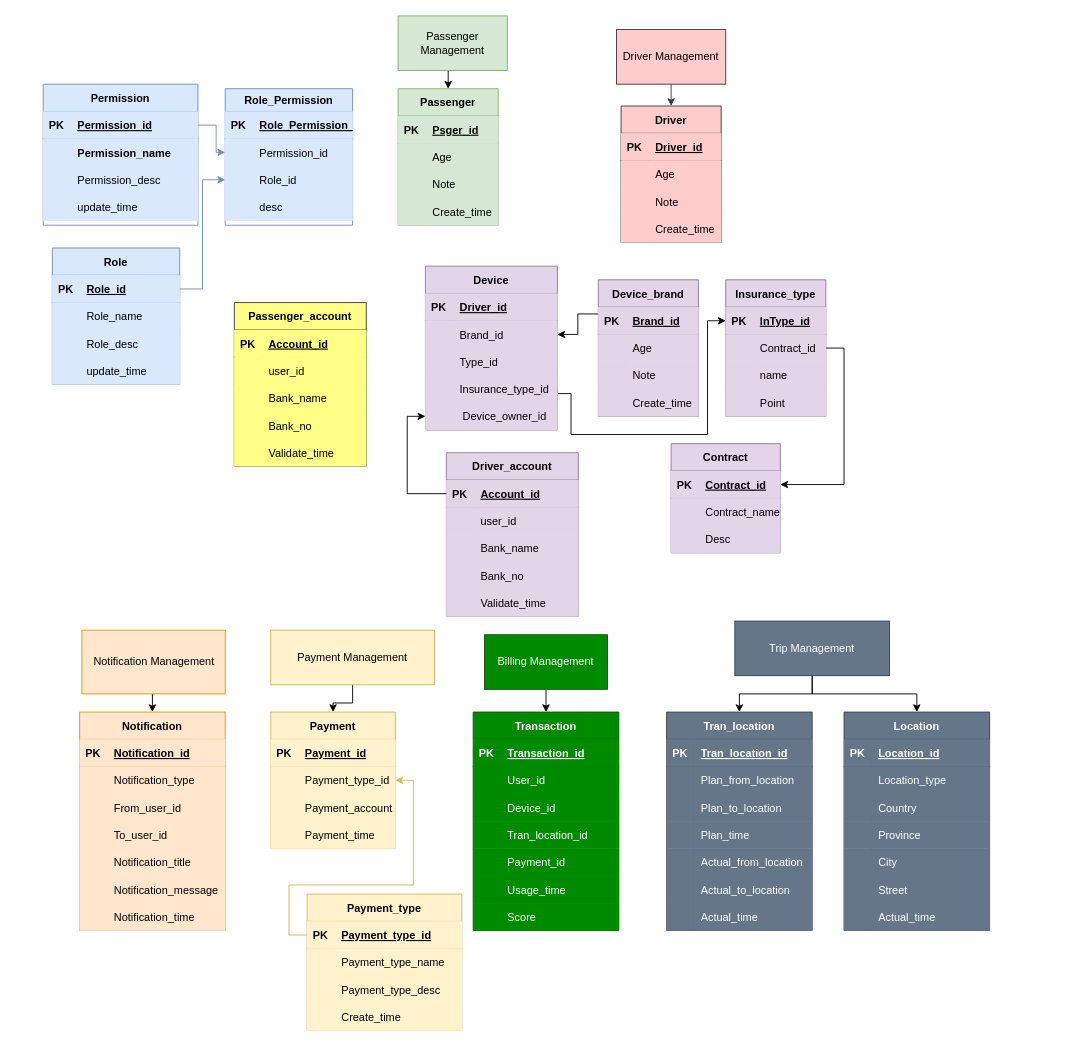
Above: DD_DB Arch view.drawio in JackZhao2517/drawio_folder (draw.io), before the change. Source tidied: cells renumbered, new cells numbered last; positions are measured from the earlier drawing's top-left corner, leaving out a move shared by most shapes. Both pictures are drawn from the tidied source at 91%, with x=0, y=0 at pixel (43, 15).
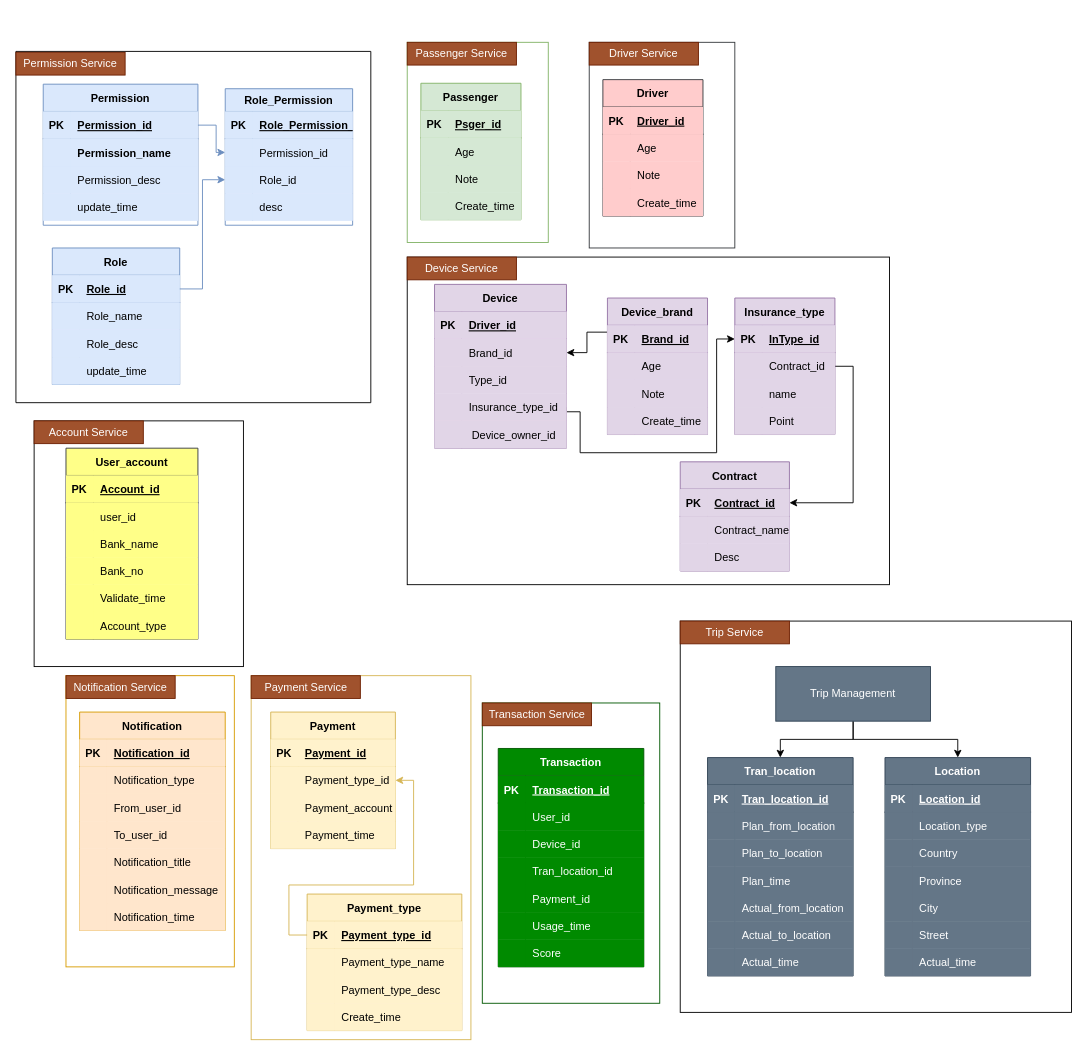
After the change.

Unchanged cells that the change refers to:
```xml
<mxCell id="87" style="shape=partialRectangle;fillColor=#e1d5e7;top=0;left=0;bottom=0;right=0;points=[[0,0.5],[1,0.5]];portConstraint=eastwest;strokeColor=#9673a6;" parent="74" vertex="1">
  <mxGeometry y="150" width="145" height="30" as="geometry" />
</mxCell>
<mxCell id="106" style="shape=partialRectangle;fillColor=#e1d5e7;top=0;left=0;bottom=1;right=0;points=[[0,0.5],[1,0.5]];portConstraint=eastwest;strokeColor=#9673a6;" parent="105" vertex="1">
  <mxGeometry y="30" width="110" height="30" as="geometry" />
</mxCell>
<mxCell id="154" value="Payment" style="shape=table;startSize=30;childLayout=tableLayout;rowLines=0;fontStyle=1;align=center;fillColor=#fff2cc;strokeColor=#d6b656;" parent="1" vertex="1">
  <mxGeometry x="250" y="765" width="137" height="150" as="geometry" />
</mxCell>
<mxCell id="181" value="Notification" style="shape=table;startSize=30;childLayout=tableLayout;rowLines=0;fontStyle=1;align=center;fillColor=#ffe6cc;strokeColor=#d79b00;" parent="1" vertex="1">
  <mxGeometry x="40" y="765" width="160" height="240" as="geometry" />
</mxCell>
```

The edit, as a diff of the source:
```diff
@@
     <mxCell id="43" value="Passenger" style="shape=table;startSize=30;childLayout=tableLayout;rowLines=0;fontStyle=1;align=center;fillColor=#d5e8d4;strokeColor=#82b366;" parent="1" vertex="1">
-      <mxGeometry x="390" y="80" width="110" height="150" as="geometry" />
+      <mxGeometry x="415" y="74" width="110" height="150" as="geometry" />
     </mxCell>
@@
     <mxCell id="56" value="Driver" style="shape=table;startSize=30;childLayout=tableLayout;rowLines=0;fontStyle=1;align=center;fillColor=#ffcccc;strokeColor=#36393d;" parent="1" vertex="1">
-      <mxGeometry x="635" y="99" width="110" height="150" as="geometry" />
+      <mxGeometry x="615" y="70" width="110" height="150" as="geometry" />
     </mxCell>
@@
-    <mxCell id="69" style="edgeStyle=orthogonalEdgeStyle;rounded=0;jettySize=auto;html=1;exitX=0.5;exitY=1;exitDx=0;exitDy=0;entryX=0.5;entryY=0;entryDx=0;entryDy=0;" parent="1" edge="1" source="70" target="43">
-      <mxGeometry relative="1" as="geometry" />
-    </mxCell>
-    <mxCell id="70" value="Passenger Management" style="rounded=0;whiteSpace=wrap;html=1;fillColor=#d5e8d4;strokeColor=#82b366;" parent="1" vertex="1">
-      <mxGeometry x="390" width="120" height="60" as="geometry" />
+    <mxCell id="70" style="rounded=0;whiteSpace=wrap;html=1;strokeColor=#82b366;fillColor=none;" parent="1" vertex="1">
+      <mxGeometry x="400" y="29" width="155" height="220" as="geometry" />
     </mxCell>
-    <mxCell id="71" style="edgeStyle=orthogonalEdgeStyle;rounded=0;jettySize=auto;html=1;exitX=0.5;exitY=1;exitDx=0;exitDy=0;entryX=0.5;entryY=0;entryDx=0;entryDy=0;fillColor=#ffcccc;strokeColor=#36393d;" parent="1" edge="1" source="72" target="56">
-      <mxGeometry relative="1" as="geometry" />
-    </mxCell>
-    <mxCell id="72" value="Driver Management" style="rounded=0;whiteSpace=wrap;html=1;fillColor=#ffcccc;strokeColor=#36393d;" parent="1" vertex="1">
-      <mxGeometry x="630" y="15" width="120" height="60" as="geometry" />
+    <mxCell id="72" style="rounded=0;whiteSpace=wrap;html=1;strokeColor=#36393d;fillColor=none;" parent="1" vertex="1">
+      <mxGeometry x="600" y="29" width="160" height="226" as="geometry" />
     </mxCell>
     <mxCell id="73" style="edgeStyle=orthogonalEdgeStyle;rounded=0;jettySize=auto;html=1;exitX=1;exitY=0.75;exitDx=0;exitDy=0;entryX=0;entryY=0.5;entryDx=0;entryDy=0;" parent="1" edge="1" source="74" target="106">
       <mxGeometry relative="1" as="geometry">
         <Array as="points">
-          <mxPoint x="580" y="415" />
-          <mxPoint x="580" y="460" />
-          <mxPoint x="730" y="460" />
-          <mxPoint x="730" y="335" />
+          <mxPoint x="590" y="435" />
+          <mxPoint x="590" y="480" />
+          <mxPoint x="740" y="480" />
+          <mxPoint x="740" y="355" />
         </Array>
       </mxGeometry>
     </mxCell>
     <mxCell id="74" value="Device" style="shape=table;startSize=30;childLayout=tableLayout;rowLines=0;fontStyle=1;align=center;fillColor=#e1d5e7;strokeColor=#9673a6;" parent="1" vertex="1">
-      <mxGeometry x="420" y="275" width="145" height="180" as="geometry" />
+      <mxGeometry x="430" y="295" width="145" height="180" as="geometry" />
     </mxCell>
@@
     <mxCell id="91" value="Device_brand" style="shape=table;startSize=30;childLayout=tableLayout;rowLines=0;fontStyle=1;align=center;fillColor=#e1d5e7;strokeColor=#9673a6;" parent="1" vertex="1">
-      <mxGeometry x="610" y="290" width="110" height="150" as="geometry" />
+      <mxGeometry x="620" y="310" width="110" height="150" as="geometry" />
     </mxCell>
@@
     <mxCell id="105" value="Insurance_type" style="shape=table;startSize=30;childLayout=tableLayout;rowLines=0;fontStyle=1;align=center;fillColor=#e1d5e7;strokeColor=#9673a6;" parent="1" vertex="1">
-      <mxGeometry x="750" y="290" width="110" height="150" as="geometry" />
+      <mxGeometry x="760" y="310" width="110" height="150" as="geometry" />
     </mxCell>
@@
     <mxCell id="118" value="Contract" style="shape=table;startSize=30;childLayout=tableLayout;rowLines=0;fontStyle=1;align=center;fillColor=#e1d5e7;strokeColor=#9673a6;" parent="1" vertex="1">
-      <mxGeometry x="690" y="470" width="120" height="120" as="geometry" />
+      <mxGeometry x="700" y="490" width="120" height="120" as="geometry" />
     </mxCell>
@@
-    <mxCell id="128" value="Driver_account" style="shape=table;startSize=30;childLayout=tableLayout;rowLines=0;fontStyle=1;align=center;fillColor=#e1d5e7;strokeColor=#9673a6;" parent="1" vertex="1">
-      <mxGeometry x="443" y="480" width="145" height="180" as="geometry" />
-    </mxCell>
-    <mxCell id="129" style="shape=partialRectangle;fillColor=#e1d5e7;top=0;left=0;bottom=1;right=0;points=[[0,0.5],[1,0.5]];portConstraint=eastwest;strokeColor=#9673a6;" parent="128" vertex="1">
-      <mxGeometry y="30" width="145" height="30" as="geometry" />
-    </mxCell>
-    <mxCell id="130" value="PK" style="shape=partialRectangle;fillColor=#e1d5e7;top=0;left=0;bottom=0;right=0;fontStyle=1;overflow=hidden;strokeColor=#9673a6;" parent="129" vertex="1">
-      <mxGeometry width="30" height="30" as="geometry" />
-    </mxCell>
-    <mxCell id="131" value="Account_id" style="shape=partialRectangle;fillColor=#e1d5e7;top=0;left=0;bottom=0;right=0;align=left;spacingLeft=6;fontStyle=5;overflow=hidden;strokeColor=#9673a6;" parent="129" vertex="1">
-      <mxGeometry x="30" width="115" height="30" as="geometry" />
-    </mxCell>
-    <mxCell id="132" style="shape=partialRectangle;fillColor=#e1d5e7;top=0;left=0;bottom=0;right=0;strokeColor=#9673a6;" parent="128" vertex="1">
-      <mxGeometry y="60" width="145" height="30" as="geometry" />
-    </mxCell>
-    <mxCell id="133" style="shape=partialRectangle;fillColor=#e1d5e7;top=0;left=0;bottom=0;right=0;overflow=hidden;strokeColor=#9673a6;" parent="132" vertex="1">
-      <mxGeometry width="30" height="30" as="geometry" />
-    </mxCell>
-    <mxCell id="134" value="user_id" style="shape=partialRectangle;fillColor=#e1d5e7;top=0;left=0;bottom=0;right=0;align=left;spacingLeft=6;overflow=hidden;strokeColor=#9673a6;" parent="132" vertex="1">
-      <mxGeometry x="30" width="115" height="30" as="geometry" />
-    </mxCell>
-    <mxCell id="135" style="shape=partialRectangle;fillColor=#e1d5e7;top=0;left=0;bottom=0;right=0;strokeColor=#9673a6;" parent="128" vertex="1">
-      <mxGeometry y="90" width="145" height="30" as="geometry" />
-    </mxCell>
-    <mxCell id="136" style="shape=partialRectangle;fillColor=#e1d5e7;top=0;left=0;bottom=0;right=0;overflow=hidden;strokeColor=#9673a6;" parent="135" vertex="1">
-      <mxGeometry width="30" height="30" as="geometry" />
-    </mxCell>
-    <mxCell id="137" value="Bank_name" style="shape=partialRectangle;fillColor=#e1d5e7;top=0;left=0;bottom=0;right=0;align=left;spacingLeft=6;overflow=hidden;strokeColor=#9673a6;" parent="135" vertex="1">
-      <mxGeometry x="30" width="115" height="30" as="geometry" />
-    </mxCell>
-    <mxCell id="138" style="shape=partialRectangle;fillColor=#e1d5e7;top=0;left=0;bottom=0;right=0;strokeColor=#9673a6;" parent="128" vertex="1">
-      <mxGeometry y="120" width="145" height="30" as="geometry" />
-    </mxCell>
-    <mxCell id="139" style="shape=partialRectangle;fillColor=#e1d5e7;top=0;left=0;bottom=0;right=0;overflow=hidden;strokeColor=#9673a6;" parent="138" vertex="1">
-      <mxGeometry width="30" height="30" as="geometry" />
-    </mxCell>
-    <mxCell id="140" value="Bank_no" style="shape=partialRectangle;fillColor=#e1d5e7;top=0;left=0;bottom=0;right=0;align=left;spacingLeft=6;overflow=hidden;strokeColor=#9673a6;" parent="138" vertex="1">
-      <mxGeometry x="30" width="115" height="30" as="geometry" />
-    </mxCell>
-    <mxCell id="141" style="shape=partialRectangle;fillColor=#e1d5e7;top=0;left=0;bottom=0;right=0;strokeColor=#9673a6;" parent="128" vertex="1">
-      <mxGeometry y="150" width="145" height="30" as="geometry" />
-    </mxCell>
-    <mxCell id="142" style="shape=partialRectangle;fillColor=#e1d5e7;top=0;left=0;bottom=0;right=0;overflow=hidden;strokeColor=#9673a6;" parent="141" vertex="1">
-      <mxGeometry width="30" height="30" as="geometry" />
-    </mxCell>
-    <mxCell id="143" value="Validate_time" style="shape=partialRectangle;fillColor=#e1d5e7;top=0;left=0;bottom=0;right=0;align=left;spacingLeft=6;overflow=hidden;strokeColor=#9673a6;" parent="141" vertex="1">
-      <mxGeometry x="30" width="115" height="30" as="geometry" />
-    </mxCell>
-    <mxCell id="144" style="edgeStyle=orthogonalEdgeStyle;rounded=0;jettySize=auto;html=1;exitX=0;exitY=0.5;exitDx=0;exitDy=0;entryX=0;entryY=0.5;entryDx=0;entryDy=0;" parent="1" edge="1" source="129" target="87">
-      <mxGeometry relative="1" as="geometry" />
-    </mxCell>
-    <mxCell id="145" style="edgeStyle=orthogonalEdgeStyle;rounded=0;jettySize=auto;html=1;exitX=0.5;exitY=1;exitDx=0;exitDy=0;entryX=0.5;entryY=0;entryDx=0;entryDy=0;" parent="1" edge="1" source="146" target="181">
-      <mxGeometry relative="1" as="geometry" />
-    </mxCell>
-    <mxCell id="146" value="Notification Management" style="rounded=0;whiteSpace=wrap;html=1;fillColor=#ffe6cc;strokeColor=#d79b00;" parent="1" vertex="1">
-      <mxGeometry x="42.5" y="675" width="157.5" height="70" as="geometry" />
+    <mxCell id="146" style="rounded=0;whiteSpace=wrap;html=1;strokeColor=#d79b00;fillColor=none;" parent="1" vertex="1">
+      <mxGeometry x="25" y="725" width="185" height="320" as="geometry" />
     </mxCell>
-    <mxCell id="147" style="edgeStyle=orthogonalEdgeStyle;rounded=0;jettySize=auto;html=1;exitX=0.5;exitY=1;exitDx=0;exitDy=0;" parent="1" edge="1" source="148" target="154">
-      <mxGeometry relative="1" as="geometry" />
-    </mxCell>
-    <mxCell id="148" value="Payment Management" style="rounded=0;whiteSpace=wrap;html=1;fillColor=#fff2cc;strokeColor=#d6b656;" parent="1" vertex="1">
-      <mxGeometry x="250" y="675" width="180" height="60" as="geometry" />
+    <mxCell id="148" style="rounded=0;whiteSpace=wrap;html=1;strokeColor=#d6b656;fillColor=none;" parent="1" vertex="1">
+      <mxGeometry x="228.5" y="725" width="241.5" height="400" as="geometry" />
     </mxCell>
-    <mxCell id="149" style="edgeStyle=orthogonalEdgeStyle;rounded=0;jettySize=auto;html=1;exitX=0.5;exitY=1;exitDx=0;exitDy=0;entryX=0.5;entryY=0;entryDx=0;entryDy=0;" parent="1" edge="1" source="150" target="203">
-      <mxGeometry relative="1" as="geometry" />
-    </mxCell>
-    <mxCell id="150" value="Billing Management" style="rounded=0;whiteSpace=wrap;html=1;fillColor=#008a00;strokeColor=#005700;fontColor=#ffffff;" parent="1" vertex="1">
-      <mxGeometry x="485" y="680" width="135" height="60" as="geometry" />
+    <mxCell id="150" style="rounded=0;whiteSpace=wrap;html=1;strokeColor=#005700;fontColor=#ffffff;fillColor=none;" parent="1" vertex="1">
+      <mxGeometry x="482.5" y="755" width="195" height="330" as="geometry" />
     </mxCell>
@@
     <mxCell id="153" value="Trip Management" style="rounded=0;whiteSpace=wrap;html=1;fillColor=#647687;strokeColor=#314354;fontColor=#ffffff;" parent="1" vertex="1">
-      <mxGeometry x="760" y="665" width="170" height="60" as="geometry" />
+      <mxGeometry x="805" y="715" width="170" height="60" as="geometry" />
     </mxCell>
@@
     <mxCell id="203" value="Transaction" style="shape=table;startSize=30;childLayout=tableLayout;rowLines=0;fontStyle=1;align=center;fillColor=#008a00;strokeColor=#005700;fontColor=#ffffff;" parent="1" vertex="1">
-      <mxGeometry x="472.5" y="765" width="160" height="240" as="geometry" />
+      <mxGeometry x="500" y="805" width="160" height="240" as="geometry" />
     </mxCell>
@@
     <mxCell id="225" value="Tran_location" style="shape=table;startSize=30;childLayout=tableLayout;rowLines=0;fontStyle=1;align=center;fillColor=#647687;strokeColor=#314354;fontColor=#ffffff;" parent="1" vertex="1">
-      <mxGeometry x="685" y="765" width="160" height="240" as="geometry" />
+      <mxGeometry x="730" y="815" width="160" height="240" as="geometry" />
     </mxCell>
@@
     <mxCell id="247" value="Location" style="shape=table;startSize=30;childLayout=tableLayout;rowLines=0;fontStyle=1;align=center;fillColor=#647687;strokeColor=#314354;fontColor=#ffffff;" parent="1" vertex="1">
-      <mxGeometry x="880" y="765" width="160" height="240" as="geometry" />
+      <mxGeometry x="925" y="815" width="160" height="240" as="geometry" />
     </mxCell>
@@
-    <mxCell id="269" value="Passenger_account" style="shape=table;startSize=30;childLayout=tableLayout;rowLines=0;fontStyle=1;align=center;fillColor=#ffff88;strokeColor=#36393d;" parent="1" vertex="1">
-      <mxGeometry x="210" y="315" width="145" height="180" as="geometry" />
+    <mxCell id="269" value="User_account" style="shape=table;startSize=30;childLayout=tableLayout;rowLines=0;fontStyle=1;align=center;fillColor=#ffff88;strokeColor=#36393d;" parent="1" vertex="1">
+      <mxGeometry x="25" y="475" width="145" height="210" as="geometry" />
     </mxCell>
@@
+    <mxCell id="285" style="shape=partialRectangle;fillColor=#ffff88;top=0;left=0;bottom=0;right=0;strokeColor=#36393d;" parent="269" vertex="1">
+      <mxGeometry y="180" width="145" height="30" as="geometry" />
+    </mxCell>
+    <mxCell id="286" style="shape=partialRectangle;fillColor=#ffff88;top=0;left=0;bottom=0;right=0;overflow=hidden;strokeColor=#36393d;" parent="285" vertex="1">
+      <mxGeometry width="30" height="30" as="geometry" />
+    </mxCell>
+    <mxCell id="287" value="Account_type" style="shape=partialRectangle;fillColor=#ffff88;top=0;left=0;bottom=0;right=0;align=left;spacingLeft=6;overflow=hidden;strokeColor=#36393d;" parent="285" vertex="1">
+      <mxGeometry x="30" width="115" height="30" as="geometry" />
+    </mxCell>
+    <mxCell id="288" style="verticalLabelPosition=bottom;verticalAlign=top;html=1;shape=mxgraph.basic.rect;fillColor2=none;strokeWidth=1;size=20;indent=5;fillColor=none;" parent="1" vertex="1">
+      <mxGeometry x="-30" y="39" width="390" height="386" as="geometry" />
+    </mxCell>
+    <mxCell id="289" value="Permission Service" style="text;html=1;strokeColor=#6D1F00;fillColor=#a0522d;align=center;verticalAlign=middle;whiteSpace=wrap;rounded=0;fontColor=#ffffff;" parent="1" vertex="1">
+      <mxGeometry x="-30" y="40" width="120" height="25" as="geometry" />
+    </mxCell>
+    <mxCell id="290" value="Passenger Service" style="text;html=1;strokeColor=#6D1F00;fillColor=#a0522d;align=center;verticalAlign=middle;whiteSpace=wrap;rounded=0;fontColor=#ffffff;" parent="1" vertex="1">
+      <mxGeometry x="400" y="29" width="120" height="25" as="geometry" />
+    </mxCell>
+    <mxCell id="291" value="Driver Service" style="text;html=1;strokeColor=#6D1F00;fillColor=#a0522d;align=center;verticalAlign=middle;whiteSpace=wrap;rounded=0;fontColor=#ffffff;" parent="1" vertex="1">
+      <mxGeometry x="600" y="29" width="120" height="25" as="geometry" />
+    </mxCell>
+    <mxCell id="292" style="rounded=0;whiteSpace=wrap;html=1;fillColor=none;gradientColor=none;" parent="1" vertex="1">
+      <mxGeometry x="400" y="265" width="530" height="360" as="geometry" />
+    </mxCell>
+    <mxCell id="293" value="Device Service" style="text;html=1;strokeColor=#6D1F00;fillColor=#a0522d;align=center;verticalAlign=middle;whiteSpace=wrap;rounded=0;fontColor=#ffffff;" parent="1" vertex="1">
+      <mxGeometry x="400" y="265" width="120" height="25" as="geometry" />
+    </mxCell>
+    <mxCell id="294" style="rounded=0;whiteSpace=wrap;html=1;fillColor=none;gradientColor=none;" parent="1" vertex="1">
+      <mxGeometry x="-10" y="445" width="230" height="270" as="geometry" />
+    </mxCell>
+    <mxCell id="295" style="rounded=0;whiteSpace=wrap;html=1;fillColor=none;gradientColor=none;" parent="1" vertex="1">
+      <mxGeometry x="700" y="665" width="430" height="430" as="geometry" />
+    </mxCell>
+    <mxCell id="296" value="Trip Service" style="text;html=1;strokeColor=#6D1F00;fillColor=#a0522d;align=center;verticalAlign=middle;whiteSpace=wrap;rounded=0;fontColor=#ffffff;" parent="1" vertex="1">
+      <mxGeometry x="700" y="665" width="120" height="25" as="geometry" />
+    </mxCell>
+    <mxCell id="297" value="Transaction Service" style="text;html=1;strokeColor=#6D1F00;fillColor=#a0522d;align=center;verticalAlign=middle;whiteSpace=wrap;rounded=0;fontColor=#ffffff;" parent="1" vertex="1">
+      <mxGeometry x="482.5" y="755" width="120" height="25" as="geometry" />
+    </mxCell>
+    <mxCell id="298" value="Payment Service" style="text;html=1;strokeColor=#6D1F00;fillColor=#a0522d;align=center;verticalAlign=middle;whiteSpace=wrap;rounded=0;fontColor=#ffffff;" parent="1" vertex="1">
+      <mxGeometry x="228.5" y="725" width="120" height="25" as="geometry" />
+    </mxCell>
+    <mxCell id="299" value="Notification Service" style="text;html=1;strokeColor=#6D1F00;fillColor=#a0522d;align=center;verticalAlign=middle;whiteSpace=wrap;rounded=0;fontColor=#ffffff;" parent="1" vertex="1">
+      <mxGeometry x="25" y="725" width="120" height="25" as="geometry" />
+    </mxCell>
+    <mxCell id="300" value="Account Service" style="text;html=1;strokeColor=#6D1F00;fillColor=#a0522d;align=center;verticalAlign=middle;whiteSpace=wrap;rounded=0;fontColor=#ffffff;" parent="1" vertex="1">
+      <mxGeometry x="-10" y="445" width="120" height="25" as="geometry" />
+    </mxCell>
```
